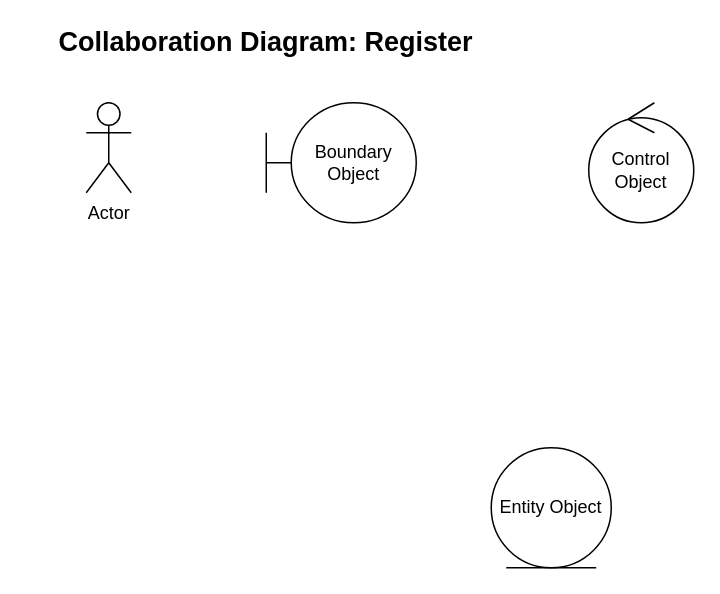
This is page "Page-1" (1 of 2) of Collaboration Diagram.drawio from astrrr/Right-posture, a draw.io file, before an edit. Source tidied: cells renumbered, new cells numbered last; positions are measured from the earlier drawing's top-left corner, leaving out a move shared by most shapes. Both pictures are drawn from the tidied source at 150%, with x=0, y=0 at pixel (26, 27).
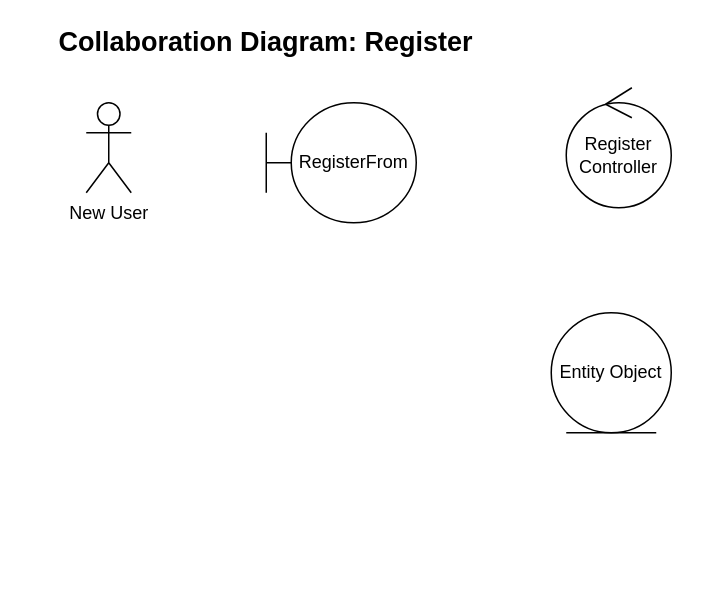
After the change.

The edit, as a diff of the source:
```diff
@@
 <mxGraphModel>
   <root>
     <mxCell id="0" />
     <mxCell id="1" parent="0" />
-    <mxCell id="2" value="Actor" style="shape=umlActor;verticalLabelPosition=bottom;verticalAlign=top;html=1;" parent="1" vertex="1">
+    <mxCell id="2" value="New User" style="shape=umlActor;verticalLabelPosition=bottom;verticalAlign=top;html=1;" parent="1" vertex="1">
       <mxGeometry x="40" y="50" width="30" height="60" as="geometry" />
     </mxCell>
-    <mxCell id="3" value="Boundary Object" style="shape=umlBoundary;whiteSpace=wrap;html=1;" parent="1" vertex="1">
+    <mxCell id="3" value="RegisterFrom" style="shape=umlBoundary;whiteSpace=wrap;html=1;" parent="1" vertex="1">
       <mxGeometry x="160" y="50" width="100" height="80" as="geometry" />
     </mxCell>
-    <mxCell id="4" value="Control Object" style="ellipse;shape=umlControl;whiteSpace=wrap;html=1;" parent="1" vertex="1">
-      <mxGeometry x="375" y="50" width="70" height="80" as="geometry" />
+    <mxCell id="4" value="Register&lt;br&gt;Controller" style="ellipse;shape=umlControl;whiteSpace=wrap;html=1;" parent="1" vertex="1">
+      <mxGeometry x="360" y="40" width="70" height="80" as="geometry" />
     </mxCell>
     <mxCell id="5" value="Entity Object" style="ellipse;shape=umlEntity;whiteSpace=wrap;html=1;" parent="1" vertex="1">
-      <mxGeometry x="310" y="280" width="80" height="80" as="geometry" />
+      <mxGeometry x="350" y="190" width="80" height="80" as="geometry" />
     </mxCell>
     <mxCell id="6" value="&lt;b&gt;&lt;font style=&quot;font-size: 18px&quot;&gt;Collaboration Diagram: Register&lt;/font&gt;&lt;/b&gt;" style="text;html=1;strokeColor=none;fillColor=none;align=center;verticalAlign=middle;whiteSpace=wrap;rounded=0;" parent="1" vertex="1">
       <mxGeometry width="320" height="20" as="geometry" />
     </mxCell>
   </root>
 </mxGraphModel>
```
